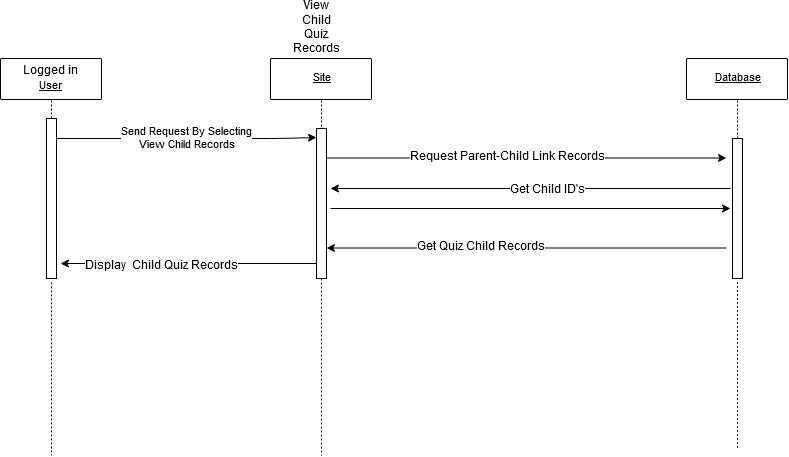
The draw.io diagram Project Documentation/sequence diagrams/View Child Quiz Records.png in awalte11/Driving-Quiz-Project, before a commit. Source tidied: cells renumbered, new cells last; positions are measured from the earlier drawing's top-left corner, leaving out a move shared by most shapes.
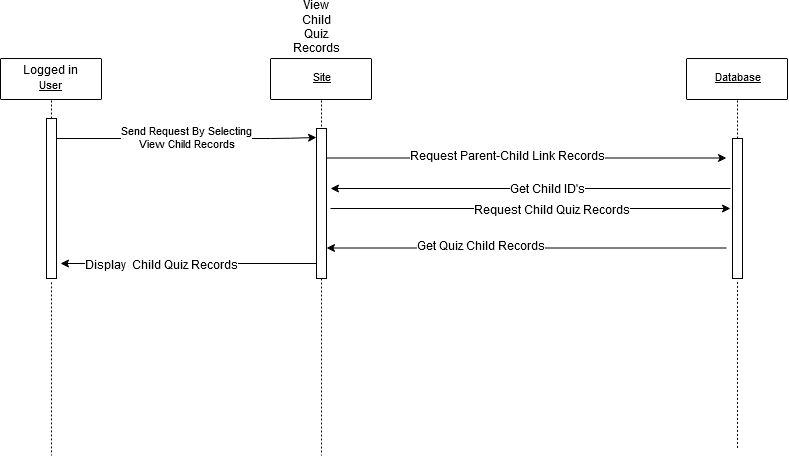
After the commit.

The edit, as a diff of the source:
```diff
@@ -100,6 +100,9 @@
         <mxPoint x="730" y="190" as="targetPoint" />
       </mxGeometry>
     </mxCell>
+    <mxCell id="31" value="Request Child Quiz Records" style="text;html=1;align=center;verticalAlign=middle;labelBackgroundColor=#ffffff;" parent="26" vertex="1">
+      <mxGeometry x="0.1" y="-2" relative="1" as="geometry" />
+    </mxCell>
     <mxCell id="27" style="html=1;points=[];perimeter=orthogonalPerimeter;" parent="1" vertex="1">
       <mxGeometry x="732" y="120" width="10" height="140" as="geometry" />
     </mxCell>
```
